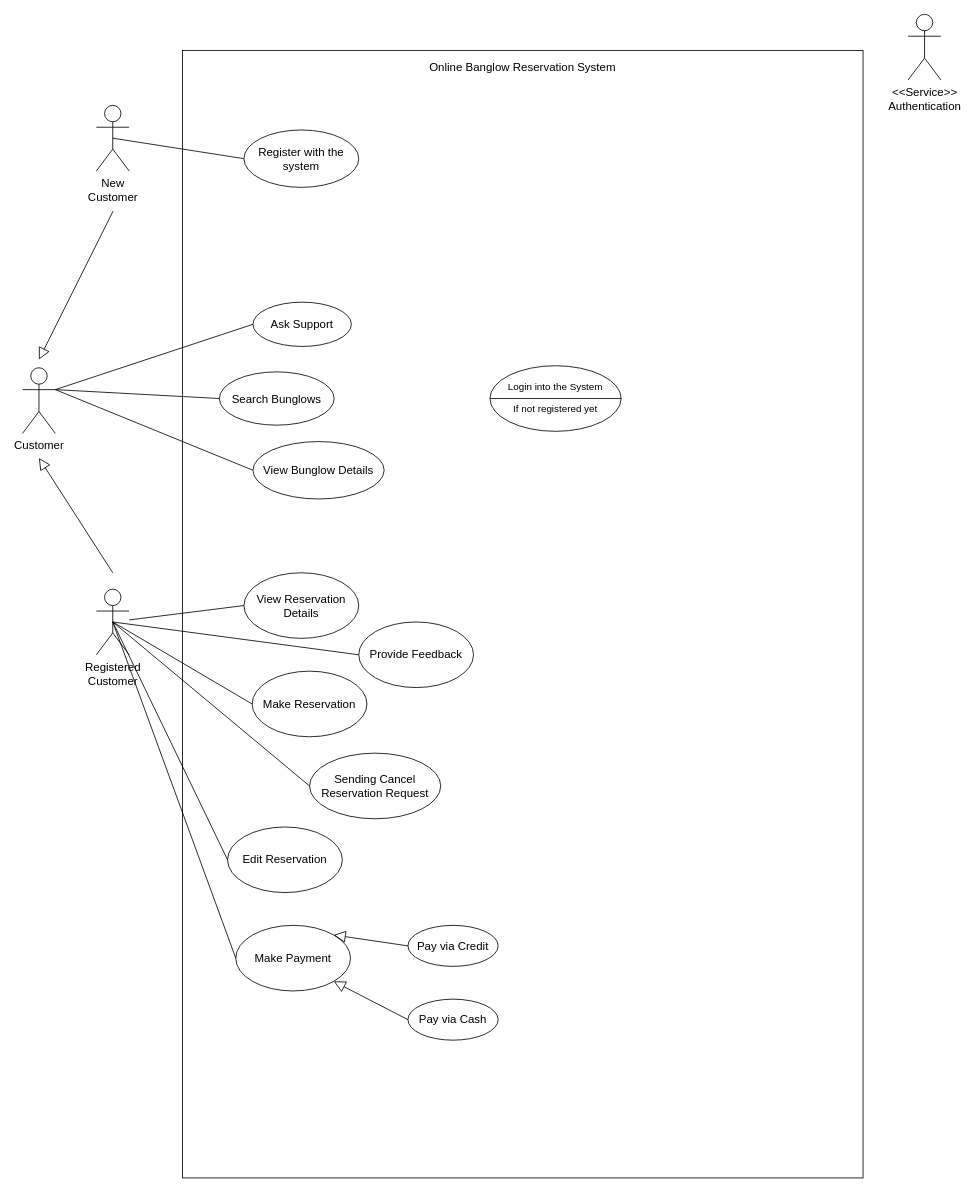
The draw.io diagram SEASS.drawio in Thisu2002/SE_Assignment, before the edit. Source tidied: cells renumbered, new cells numbered last; positions are measured from the earlier drawing's top-left corner, leaving out a move shared by most shapes. Both pictures are drawn from the tidied source at 82%, with x=0, y=0 at pixel (22, 14).
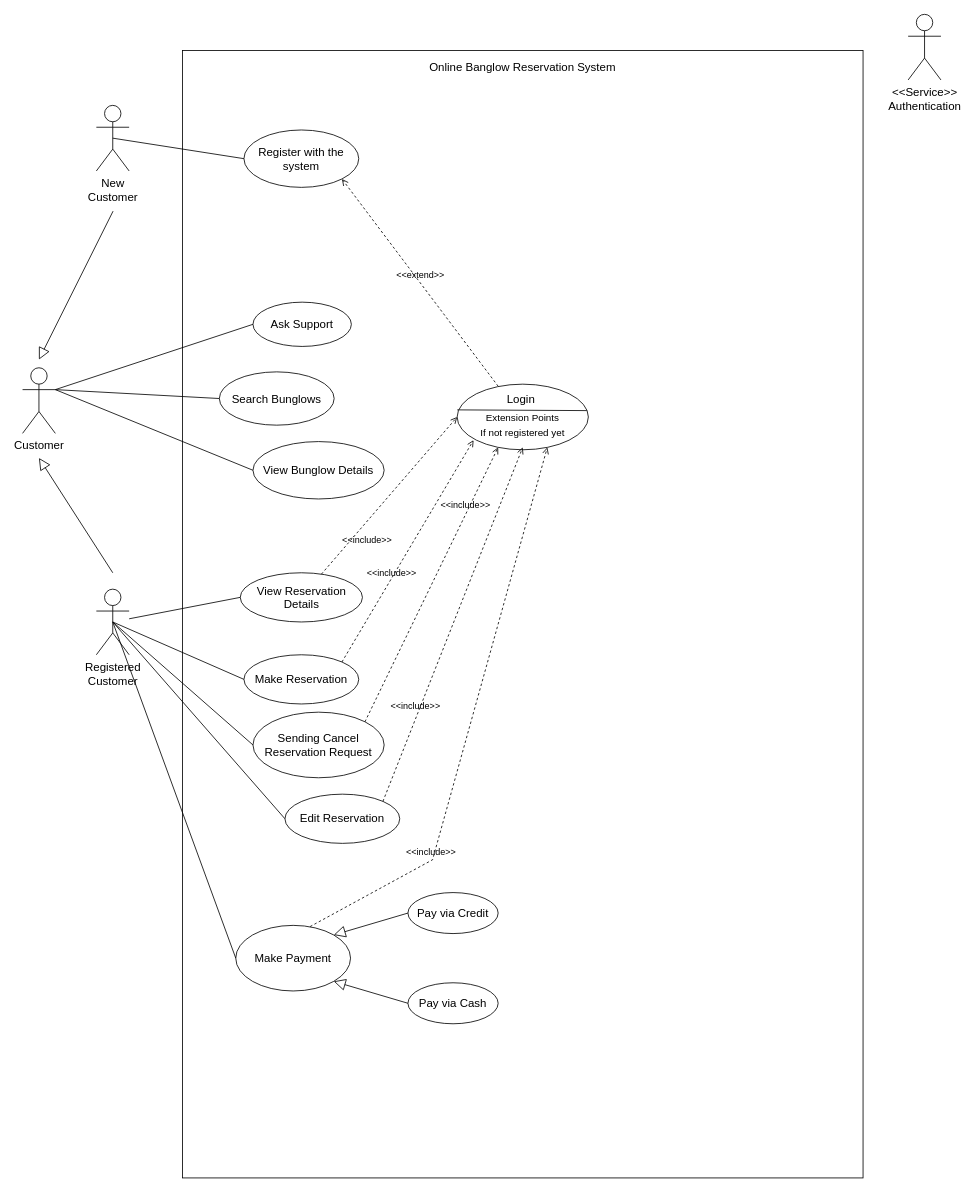
The same page after the edit.

Unchanged cells that the change refers to:
```xml
<mxCell id="8" value="&lt;font style=&quot;font-size: 14px;&quot;&gt;Register with the system&lt;/font&gt;" style="ellipse;whiteSpace=wrap;html=1;" parent="1" vertex="1">
  <mxGeometry x="270" y="141" width="140" height="70" as="geometry" />
</mxCell>
<mxCell id="10" value="&lt;font style=&quot;font-size: 14px;&quot;&gt;Registered&lt;br&gt;Customer&lt;/font&gt;" style="shape=umlActor;verticalLabelPosition=bottom;verticalAlign=top;html=1;outlineConnect=0;" parent="1" vertex="1">
  <mxGeometry x="90" y="701" width="40" height="80" as="geometry" />
</mxCell>
<mxCell id="16" value="&lt;font style=&quot;font-size: 14px;&quot;&gt;Make Payment&lt;br&gt;&lt;/font&gt;" style="ellipse;whiteSpace=wrap;html=1;" parent="1" vertex="1">
  <mxGeometry x="260" y="1111" width="140" height="80" as="geometry" />
</mxCell>
```

What changed in the source:
```diff
@@
     <mxCell id="11" value="&lt;font style=&quot;font-size: 14px;&quot;&gt;View Reservation Details&lt;/font&gt;" style="ellipse;whiteSpace=wrap;html=1;" parent="1" vertex="1">
-      <mxGeometry x="270" y="681" width="140" height="80" as="geometry" />
+      <mxGeometry x="265.5" y="681" width="149" height="60" as="geometry" />
     </mxCell>
-    <mxCell id="12" value="&lt;font style=&quot;font-size: 14px;&quot;&gt;Provide Feedback&lt;/font&gt;" style="ellipse;whiteSpace=wrap;html=1;" parent="1" vertex="1">
-      <mxGeometry x="410" y="741" width="140" height="80" as="geometry" />
-    </mxCell>
     <mxCell id="13" value="&lt;font style=&quot;font-size: 14px;&quot;&gt;Make Reservation&lt;/font&gt;" style="ellipse;whiteSpace=wrap;html=1;" parent="1" vertex="1">
-      <mxGeometry x="280" y="801" width="140" height="80" as="geometry" />
+      <mxGeometry x="270" y="781" width="140" height="60" as="geometry" />
     </mxCell>
     <mxCell id="14" value="&lt;font style=&quot;font-size: 14px;&quot;&gt;Sending Cancel Reservation Request&lt;br&gt;&lt;/font&gt;" style="ellipse;whiteSpace=wrap;html=1;" parent="1" vertex="1">
-      <mxGeometry x="350" y="901" width="160" height="80" as="geometry" />
+      <mxGeometry x="281" y="851" width="160" height="80" as="geometry" />
     </mxCell>
     <mxCell id="15" value="&lt;font style=&quot;font-size: 14px;&quot;&gt;Edit Reservation&lt;br&gt;&lt;/font&gt;" style="ellipse;whiteSpace=wrap;html=1;" parent="1" vertex="1">
-      <mxGeometry x="250" y="991" width="140" height="80" as="geometry" />
+      <mxGeometry x="320" y="951" width="140" height="60" as="geometry" />
     </mxCell>
@@
     <mxCell id="17" value="&lt;font style=&quot;font-size: 14px;&quot;&gt;Pay via Cash&lt;br&gt;&lt;/font&gt;" style="ellipse;whiteSpace=wrap;html=1;" parent="1" vertex="1">
-      <mxGeometry x="470" y="1201" width="110" height="50" as="geometry" />
+      <mxGeometry x="470" y="1181" width="110" height="50" as="geometry" />
     </mxCell>
     <mxCell id="18" value="&lt;font style=&quot;font-size: 14px;&quot;&gt;Pay via Credit&lt;br&gt;&lt;/font&gt;" style="ellipse;whiteSpace=wrap;html=1;" parent="1" vertex="1">
-      <mxGeometry x="470" y="1111" width="110" height="50" as="geometry" />
+      <mxGeometry x="470" y="1071" width="110" height="50" as="geometry" />
     </mxCell>
@@
-    <mxCell id="26" style="endArrow=none;html=1;rounded=0;entryX=0;entryY=0.5;entryDx=0;entryDy=0;exitX=0.5;exitY=0.5;exitDx=0;exitDy=0;exitPerimeter=0;" parent="1" edge="1" source="10" target="12">
-      <mxGeometry relative="1" as="geometry" />
-    </mxCell>
@@
     <mxCell id="33" style="ellipse;whiteSpace=wrap;html=1;" parent="1" vertex="1">
-      <mxGeometry x="570" y="428.5" width="160" height="80" as="geometry" />
+      <mxGeometry x="530" y="451" width="160" height="80" as="geometry" />
     </mxCell>
-    <mxCell id="34" style="endArrow=none;html=1;rounded=0;exitX=0;exitY=0.5;exitDx=0;exitDy=0;entryX=1;entryY=0.5;entryDx=0;entryDy=0;elbow=vertical;" parent="1" edge="1" source="33" target="33">
+    <mxCell id="34" style="endArrow=none;html=1;rounded=0;exitX=0.001;exitY=0.392;exitDx=0;exitDy=0;entryX=0.989;entryY=0.403;entryDx=0;entryDy=0;elbow=vertical;exitPerimeter=0;entryPerimeter=0;" parent="1" edge="1" source="33" target="33">
       <mxGeometry relative="1" as="geometry" />
     </mxCell>
-    <mxCell id="35" value="Login into the System" style="text;html=1;align=center;verticalAlign=middle;whiteSpace=wrap;rounded=0;" parent="1" vertex="1">
-      <mxGeometry x="590" y="440" width="120" height="30" as="geometry" />
+    <mxCell id="35" value="&lt;font style=&quot;font-size: 14px;&quot;&gt;Login&amp;nbsp;&lt;/font&gt;" style="text;html=1;align=center;verticalAlign=middle;whiteSpace=wrap;rounded=0;" parent="1" vertex="1">
+      <mxGeometry x="550" y="453.5" width="120" height="30" as="geometry" />
     </mxCell>
-    <mxCell id="36" value="If not registered yet" style="text;html=1;align=center;verticalAlign=middle;whiteSpace=wrap;rounded=0;" parent="1" vertex="1">
-      <mxGeometry x="590" y="466" width="120" height="30" as="geometry" />
+    <mxCell id="36" value="Extension Points" style="text;html=1;align=center;verticalAlign=middle;whiteSpace=wrap;rounded=0;" parent="1" vertex="1">
+      <mxGeometry x="550" y="475.5" width="120" height="35" as="geometry" />
     </mxCell>
@@
+    <mxCell id="38" value="If not registered yet" style="text;html=1;align=center;verticalAlign=middle;whiteSpace=wrap;rounded=0;" parent="1" vertex="1">
+      <mxGeometry x="550" y="493" width="120" height="35" as="geometry" />
+    </mxCell>
+    <mxCell id="39" value="&amp;lt;&amp;lt;extend&amp;gt;&amp;gt;" style="html=1;verticalAlign=bottom;labelBackgroundColor=none;endArrow=open;endFill=0;dashed=1;rounded=0;entryX=1;entryY=1;entryDx=0;entryDy=0;exitX=0.25;exitY=0;exitDx=0;exitDy=0;" parent="1" edge="1" source="35" target="8">
+      <mxGeometry relative="1" as="geometry" />
+    </mxCell>
+    <mxCell id="40" value="&amp;lt;&amp;lt;include&amp;gt;&amp;gt;" style="html=1;verticalAlign=bottom;labelBackgroundColor=none;endArrow=open;endFill=0;dashed=1;rounded=0;entryX=0;entryY=0.5;entryDx=0;entryDy=0;" parent="1" edge="1" source="11" target="33">
+      <mxGeometry x="-0.52" y="-21" relative="1" as="geometry" />
+    </mxCell>
+    <mxCell id="41" value="&amp;lt;&amp;lt;include&amp;gt;&amp;gt;" style="html=1;verticalAlign=bottom;labelBackgroundColor=none;endArrow=open;endFill=0;dashed=1;rounded=0;exitX=1;exitY=0;exitDx=0;exitDy=0;entryX=0;entryY=0.75;entryDx=0;entryDy=0;" parent="1" edge="1" source="13" target="38">
+      <mxGeometry x="-0.26" y="-2" relative="1" as="geometry" />
+    </mxCell>
+    <mxCell id="42" value="&amp;lt;&amp;lt;include&amp;gt;&amp;gt;" style="html=1;verticalAlign=bottom;labelBackgroundColor=none;endArrow=open;endFill=0;dashed=1;rounded=0;exitX=1;exitY=0;exitDx=0;exitDy=0;entryX=0.25;entryY=1;entryDx=0;entryDy=0;" parent="1" edge="1" source="14" target="38">
+      <mxGeometry x="0.52" y="1" relative="1" as="geometry" />
+    </mxCell>
+    <mxCell id="43" value="&amp;lt;&amp;lt;include&amp;gt;&amp;gt;" style="html=1;verticalAlign=bottom;labelBackgroundColor=none;endArrow=open;endFill=0;dashed=1;rounded=0;exitX=1;exitY=0;exitDx=0;exitDy=0;entryX=0.5;entryY=1;entryDx=0;entryDy=0;" parent="1" edge="1" source="15" target="38">
+      <mxGeometry x="-0.51" y="1" relative="1" as="geometry">
+        <mxPoint x="-1" as="offset" />
+      </mxGeometry>
+    </mxCell>
+    <mxCell id="44" value="&amp;lt;&amp;lt;include&amp;gt;&amp;gt;" style="html=1;verticalAlign=bottom;labelBackgroundColor=none;endArrow=open;endFill=0;dashed=1;rounded=0;exitX=0.648;exitY=0.018;exitDx=0;exitDy=0;entryX=0.75;entryY=1;entryDx=0;entryDy=0;exitPerimeter=0;" parent="1" edge="1" source="16" target="38">
+      <mxGeometry x="-0.51" y="1" relative="1" as="geometry">
+        <Array as="points">
+          <mxPoint x="500" y="1031" />
+        </Array>
+        <mxPoint x="-1" as="offset" />
+      </mxGeometry>
+    </mxCell>
```
